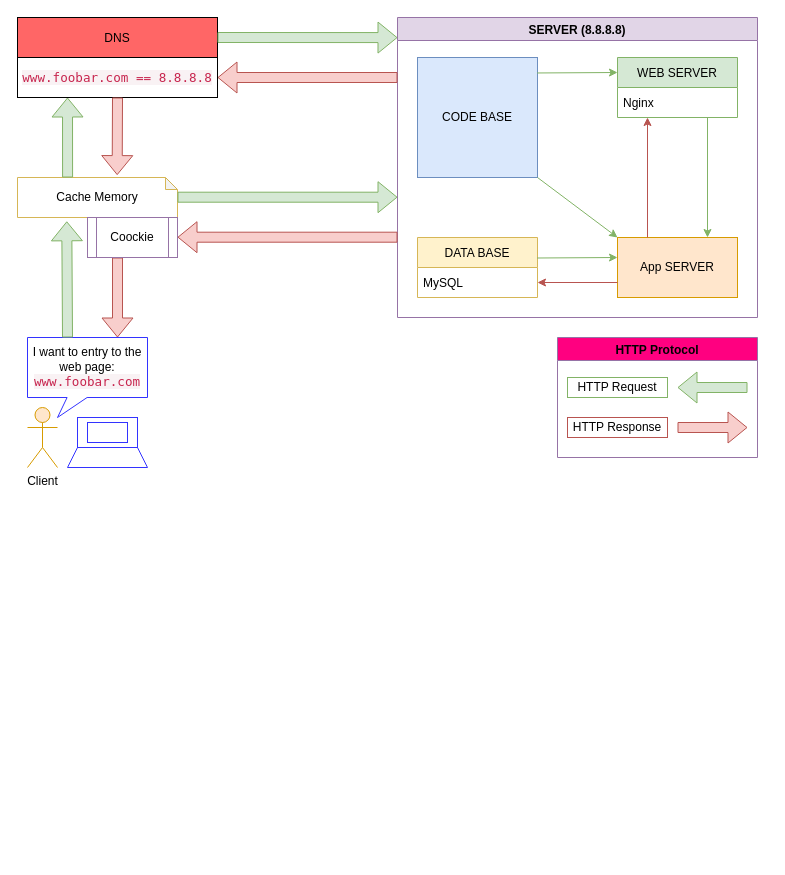
Before: page "Task 01" (2 of 3) of Untitled Diagram.drawio in humtej1204/Other-information, a draw.io diagram. Source tidied: cells renumbered, new cells numbered last; positions are measured from the earlier drawing's top-left corner, leaving out a move shared by most shapes. Both pictures are drawn from the tidied source at 100%, with x=0, y=0 at pixel (17, 17).
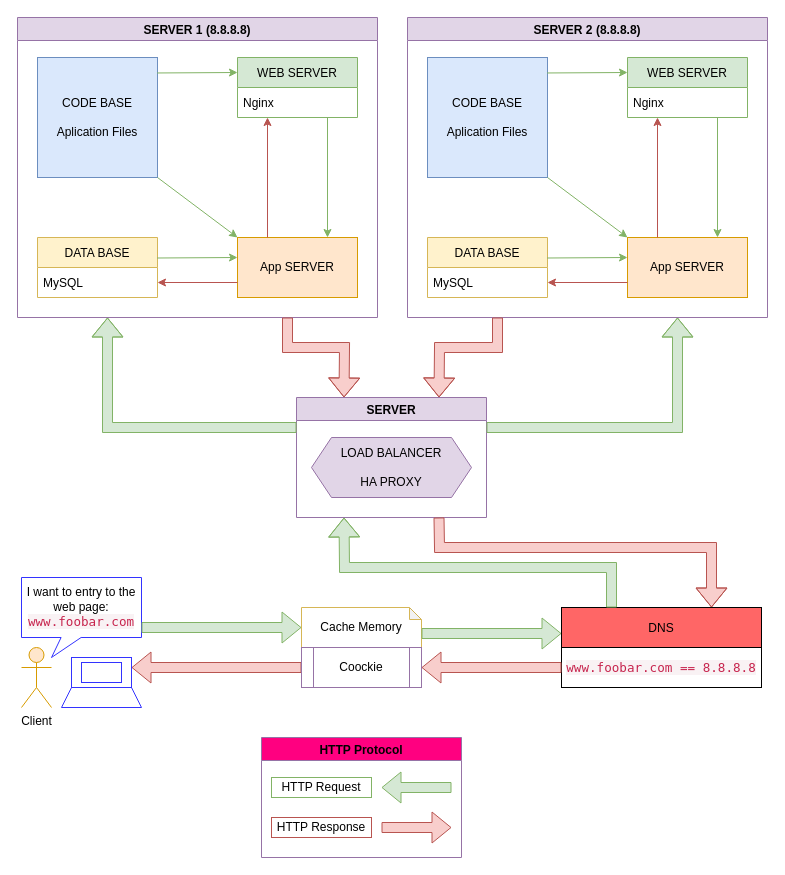
After the change.

Diff of the diagram source:
```diff
@@
     <mxCell id="2" value="&lt;p style=&quot;line-height: 1&quot;&gt;DNS&lt;/p&gt;" style="rounded=0;whiteSpace=wrap;html=1;fillColor=#FF6666;" parent="1" vertex="1">
-      <mxGeometry width="200" height="40" as="geometry" />
+      <mxGeometry x="544" y="590" width="200" height="40" as="geometry" />
     </mxCell>
-    <mxCell id="3" value="SERVER (8.8.8.8)" style="swimlane;swimlaneFillColor=default;fillColor=#e1d5e7;strokeColor=#9673a6;" parent="1" vertex="1">
-      <mxGeometry x="380" width="360" height="300" as="geometry" />
-    </mxCell>
-    <mxCell id="4" value="CODE BASE" style="whiteSpace=wrap;html=1;fillColor=#dae8fc;strokeColor=#6c8ebf;" parent="3" vertex="1">
-      <mxGeometry x="20" y="40" width="120" height="120" as="geometry" />
-    </mxCell>
-    <mxCell id="5" value="WEB SERVER" style="swimlane;fontStyle=0;horizontal=1;startSize=30;swimlaneFillColor=default;fillColor=#d5e8d4;strokeColor=#82b366;" parent="3" vertex="1">
-      <mxGeometry x="220" y="40" width="120" height="60" as="geometry" />
-    </mxCell>
-    <mxCell id="6" value="Nginx" style="text;strokeColor=none;fillColor=none;align=left;verticalAlign=middle;spacingLeft=4;spacingRight=4;overflow=hidden;points=[[0,0.5],[1,0.5]];portConstraint=eastwest;" parent="5" vertex="1">
-      <mxGeometry y="30" width="120" height="30" as="geometry" />
-    </mxCell>
-    <mxCell id="7" value="App SERVER" style="rounded=0;whiteSpace=wrap;html=1;fillColor=#ffe6cc;strokeColor=#d79b00;" parent="3" vertex="1">
-      <mxGeometry x="220" y="220" width="120" height="60" as="geometry" />
-    </mxCell>
-    <mxCell id="8" value="DATA BASE" style="swimlane;fontStyle=0;horizontal=1;startSize=30;swimlaneFillColor=default;fillColor=#fff2cc;strokeColor=#d6b656;" parent="3" vertex="1">
-      <mxGeometry x="20" y="220" width="120" height="60" as="geometry" />
-    </mxCell>
-    <mxCell id="9" value="MySQL" style="text;strokeColor=none;fillColor=none;align=left;verticalAlign=middle;spacingLeft=4;spacingRight=4;overflow=hidden;points=[[0,0.5],[1,0.5]];portConstraint=eastwest;" parent="8" vertex="1">
-      <mxGeometry y="30" width="120" height="30" as="geometry" />
-    </mxCell>
-    <mxCell id="10" style="endArrow=classic;html=1;rounded=0;fillColor=#d5e8d4;strokeColor=#82b366;entryX=0;entryY=0.25;entryDx=0;entryDy=0;exitX=0.997;exitY=0.129;exitDx=0;exitDy=0;exitPerimeter=0;" parent="3" edge="1" source="4" target="5">
-      <mxGeometry relative="1" as="geometry" />
-    </mxCell>
-    <mxCell id="11" style="endArrow=classic;html=1;rounded=0;fillColor=#d5e8d4;strokeColor=#82b366;entryX=0;entryY=0;entryDx=0;entryDy=0;exitX=1;exitY=1;exitDx=0;exitDy=0;" parent="3" edge="1" source="4" target="7">
-      <mxGeometry relative="1" as="geometry" />
-    </mxCell>
-    <mxCell id="12" style="endArrow=classic;html=1;rounded=0;fillColor=#d5e8d4;strokeColor=#82b366;entryX=0;entryY=0.25;entryDx=0;entryDy=0;exitX=0.997;exitY=0.129;exitDx=0;exitDy=0;exitPerimeter=0;" parent="3" edge="1">
-      <mxGeometry relative="1" as="geometry">
-        <mxPoint x="139.6" y="240.5" as="sourcePoint" />
-        <mxPoint x="220" y="240" as="targetPoint" />
-      </mxGeometry>
-    </mxCell>
-    <mxCell id="13" style="endArrow=classic;html=1;rounded=0;fillColor=#f8cecc;strokeColor=#b85450;entryX=1;entryY=0.5;entryDx=0;entryDy=0;exitX=0;exitY=0.75;exitDx=0;exitDy=0;" parent="3" edge="1" source="7" target="9">
-      <mxGeometry relative="1" as="geometry" />
-    </mxCell>
-    <mxCell id="14" style="endArrow=classic;html=1;rounded=0;fillColor=#d5e8d4;strokeColor=#82b366;entryX=0.75;entryY=0;entryDx=0;entryDy=0;exitX=0.75;exitY=1;exitDx=0;exitDy=0;exitPerimeter=0;" parent="3" edge="1" source="6" target="7">
-      <mxGeometry relative="1" as="geometry" />
-    </mxCell>
-    <mxCell id="15" style="endArrow=classic;html=1;rounded=0;fillColor=#f8cecc;strokeColor=#b85450;exitX=0.25;exitY=0;exitDx=0;exitDy=0;" parent="3" edge="1" source="7">
-      <mxGeometry relative="1" as="geometry">
-        <mxPoint x="250" y="100" as="targetPoint" />
-      </mxGeometry>
-    </mxCell>
+    <mxCell id="40" value="SERVER 2 (8.8.8.8)" style="swimlane;swimlaneFillColor=default;fillColor=#e1d5e7;strokeColor=#9673a6;" parent="1" vertex="1">
+      <mxGeometry x="390" width="360" height="300" as="geometry" />
+    </mxCell>
+    <mxCell id="41" value="CODE BASE&lt;br&gt;&lt;br&gt;Aplication Files" style="whiteSpace=wrap;html=1;fillColor=#dae8fc;strokeColor=#6c8ebf;" parent="40" vertex="1">
+      <mxGeometry x="20" y="40" width="120" height="120" as="geometry" />
+    </mxCell>
+    <mxCell id="42" value="WEB SERVER" style="swimlane;fontStyle=0;horizontal=1;startSize=30;swimlaneFillColor=default;fillColor=#d5e8d4;strokeColor=#82b366;" parent="40" vertex="1">
+      <mxGeometry x="220" y="40" width="120" height="60" as="geometry" />
+    </mxCell>
+    <mxCell id="43" value="Nginx" style="text;strokeColor=none;fillColor=none;align=left;verticalAlign=middle;spacingLeft=4;spacingRight=4;overflow=hidden;points=[[0,0.5],[1,0.5]];portConstraint=eastwest;" parent="42" vertex="1">
+      <mxGeometry y="30" width="120" height="30" as="geometry" />
+    </mxCell>
+    <mxCell id="44" value="App SERVER" style="rounded=0;whiteSpace=wrap;html=1;fillColor=#ffe6cc;strokeColor=#d79b00;" parent="40" vertex="1">
+      <mxGeometry x="220" y="220" width="120" height="60" as="geometry" />
+    </mxCell>
+    <mxCell id="45" value="DATA BASE" style="swimlane;fontStyle=0;horizontal=1;startSize=30;swimlaneFillColor=default;fillColor=#fff2cc;strokeColor=#d6b656;" parent="40" vertex="1">
+      <mxGeometry x="20" y="220" width="120" height="60" as="geometry" />
+    </mxCell>
+    <mxCell id="46" value="MySQL" style="text;strokeColor=none;fillColor=none;align=left;verticalAlign=middle;spacingLeft=4;spacingRight=4;overflow=hidden;points=[[0,0.5],[1,0.5]];portConstraint=eastwest;" parent="45" vertex="1">
+      <mxGeometry y="30" width="120" height="30" as="geometry" />
+    </mxCell>
+    <mxCell id="47" style="endArrow=classic;html=1;rounded=0;fillColor=#d5e8d4;strokeColor=#82b366;entryX=0;entryY=0.25;entryDx=0;entryDy=0;exitX=0.997;exitY=0.129;exitDx=0;exitDy=0;exitPerimeter=0;" parent="40" edge="1" source="41" target="42">
+      <mxGeometry relative="1" as="geometry" />
+    </mxCell>
+    <mxCell id="48" style="endArrow=classic;html=1;rounded=0;fillColor=#d5e8d4;strokeColor=#82b366;entryX=0;entryY=0;entryDx=0;entryDy=0;exitX=1;exitY=1;exitDx=0;exitDy=0;" parent="40" edge="1" source="41" target="44">
+      <mxGeometry relative="1" as="geometry" />
+    </mxCell>
+    <mxCell id="49" style="endArrow=classic;html=1;rounded=0;fillColor=#d5e8d4;strokeColor=#82b366;entryX=0;entryY=0.25;entryDx=0;entryDy=0;exitX=0.997;exitY=0.129;exitDx=0;exitDy=0;exitPerimeter=0;" parent="40" edge="1">
+      <mxGeometry relative="1" as="geometry">
+        <mxPoint x="139.6" y="240.5" as="sourcePoint" />
+        <mxPoint x="220" y="240" as="targetPoint" />
+      </mxGeometry>
+    </mxCell>
+    <mxCell id="50" style="endArrow=classic;html=1;rounded=0;fillColor=#f8cecc;strokeColor=#b85450;entryX=1;entryY=0.5;entryDx=0;entryDy=0;exitX=0;exitY=0.75;exitDx=0;exitDy=0;" parent="40" edge="1" source="44" target="46">
+      <mxGeometry relative="1" as="geometry" />
+    </mxCell>
+    <mxCell id="51" style="endArrow=classic;html=1;rounded=0;fillColor=#d5e8d4;strokeColor=#82b366;entryX=0.75;entryY=0;entryDx=0;entryDy=0;exitX=0.75;exitY=1;exitDx=0;exitDy=0;exitPerimeter=0;" parent="40" edge="1" source="43" target="44">
+      <mxGeometry relative="1" as="geometry" />
+    </mxCell>
+    <mxCell id="52" style="endArrow=classic;html=1;rounded=0;fillColor=#f8cecc;strokeColor=#b85450;exitX=0.25;exitY=0;exitDx=0;exitDy=0;" parent="40" edge="1" source="44">
+      <mxGeometry relative="1" as="geometry">
+        <mxPoint x="250" y="100" as="targetPoint" />
+      </mxGeometry>
+    </mxCell>
     <mxCell id="16" value="&lt;span style=&quot;color: rgb(199 , 37 , 78) ; font-family: &amp;#34;menlo&amp;#34; , &amp;#34;monaco&amp;#34; , &amp;#34;consolas&amp;#34; , &amp;#34;courier new&amp;#34; , monospace ; font-size: 12.6px ; background-color: rgb(249 , 242 , 244)&quot;&gt;www.foobar.com ==&amp;nbsp;&lt;/span&gt;&lt;span style=&quot;color: rgb(199 , 37 , 78) ; font-family: &amp;#34;menlo&amp;#34; , &amp;#34;monaco&amp;#34; , &amp;#34;consolas&amp;#34; , &amp;#34;courier new&amp;#34; , monospace ; font-size: 12.6px ; text-align: left ; background-color: rgb(249 , 242 , 244)&quot;&gt;8.8.8.8&lt;/span&gt;" style="rounded=0;whiteSpace=wrap;html=1;" parent="1" vertex="1">
-      <mxGeometry y="40" width="200" height="40" as="geometry" />
+      <mxGeometry x="544" y="630" width="200" height="40" as="geometry" />
     </mxCell>
     <mxCell id="17" value="Cache Memory" style="shape=note;whiteSpace=wrap;html=1;backgroundOutline=1;darkOpacity=0.05;strokeColor=#d6b656;fillColor=default;size=12;" parent="1" vertex="1">
-      <mxGeometry y="160" width="160" height="40" as="geometry" />
+      <mxGeometry x="284" y="590" width="120" height="40" as="geometry" />
     </mxCell>
-    <mxCell id="18" style="shape=flexArrow;endArrow=classic;html=1;rounded=0;fillColor=#f8cecc;strokeColor=#b85450;entryX=1;entryY=0.5;entryDx=0;entryDy=0;" parent="1" edge="1" target="16">
-      <mxGeometry relative="1" as="geometry">
-        <mxPoint x="380" y="60" as="sourcePoint" />
-      </mxGeometry>
-    </mxCell>
-    <mxCell id="19" style="shape=flexArrow;endArrow=classic;html=1;rounded=0;fillColor=#d5e8d4;strokeColor=#82b366;entryX=0;entryY=0.067;entryDx=0;entryDy=0;entryPerimeter=0;exitX=1;exitY=0.5;exitDx=0;exitDy=0;" parent="1" edge="1" source="2" target="3">
-      <mxGeometry relative="1" as="geometry" />
-    </mxCell>
-    <mxCell id="20" style="group;" parent="1" vertex="1">
-      <mxGeometry x="10" y="320" width="120" height="130" as="geometry" />
-    </mxCell>
+    <mxCell id="53" style="group;" parent="1" vertex="1">
+      <mxGeometry x="4" y="560" width="120" height="130" as="geometry" />
+    </mxCell>
-    <mxCell id="21" value="Client" style="shape=umlActor;verticalLabelPosition=bottom;verticalAlign=top;html=1;fillColor=#ffe6cc;strokeColor=#d79b00;" parent="20" vertex="1">
+    <mxCell id="21" value="Client" style="shape=umlActor;verticalLabelPosition=bottom;verticalAlign=top;html=1;fillColor=#ffe6cc;strokeColor=#d79b00;" parent="53" vertex="1">
       <mxGeometry y="70" width="30" height="60" as="geometry" />
     </mxCell>
-    <mxCell id="22" value="I want to entry to the web page:&lt;br&gt;&lt;span style=&quot;color: rgb(199 , 37 , 78) ; font-family: &amp;#34;menlo&amp;#34; , &amp;#34;monaco&amp;#34; , &amp;#34;consolas&amp;#34; , &amp;#34;courier new&amp;#34; , monospace ; font-size: 12.6px ; background-color: rgb(249 , 242 , 244)&quot;&gt;www.foobar.com&lt;/span&gt;" style="shape=callout;whiteSpace=wrap;html=1;perimeter=calloutPerimeter;position2=0.25;size=20;position=0.33;strokeColor=#3333FF;" parent="20" vertex="1">
+    <mxCell id="22" value="I want to entry to the web page:&lt;br&gt;&lt;span style=&quot;color: rgb(199 , 37 , 78) ; font-family: &amp;#34;menlo&amp;#34; , &amp;#34;monaco&amp;#34; , &amp;#34;consolas&amp;#34; , &amp;#34;courier new&amp;#34; , monospace ; font-size: 12.6px ; background-color: rgb(249 , 242 , 244)&quot;&gt;www.foobar.com&lt;/span&gt;" style="shape=callout;whiteSpace=wrap;html=1;perimeter=calloutPerimeter;position2=0.25;size=20;position=0.33;strokeColor=#3333FF;" parent="53" vertex="1">
       <mxGeometry width="120" height="80" as="geometry" />
     </mxCell>
-    <mxCell id="23" style="group;" parent="20" vertex="1">
+    <mxCell id="23" style="group;" parent="53" vertex="1">
       <mxGeometry x="40" y="80" width="80" height="50" as="geometry" />
     </mxCell>
@@
-    <mxCell id="28" style="shape=flexArrow;endArrow=classic;html=1;rounded=0;fillColor=#d5e8d4;strokeColor=#82b366;entryX=0.25;entryY=1;entryDx=0;entryDy=0;exitX=0.313;exitY=0;exitDx=0;exitDy=0;exitPerimeter=0;" parent="1" edge="1" source="17" target="16">
-      <mxGeometry relative="1" as="geometry" />
-    </mxCell>
-    <mxCell id="29" style="shape=flexArrow;endArrow=classic;html=1;rounded=0;fillColor=#f8cecc;strokeColor=#b85450;exitX=0.5;exitY=1;exitDx=0;exitDy=0;entryX=0.623;entryY=-0.06;entryDx=0;entryDy=0;entryPerimeter=0;" parent="1" edge="1" source="16" target="17">
-      <mxGeometry relative="1" as="geometry" />
-    </mxCell>
+    <mxCell id="54" style="shape=flexArrow;endArrow=classic;html=1;rounded=0;fillColor=#d5e8d4;strokeColor=#82b366;exitX=0;exitY=0;exitDx=120;exitDy=26;exitPerimeter=0;" parent="1" edge="1" source="17">
+      <mxGeometry relative="1" as="geometry">
+        <mxPoint x="544" y="616" as="targetPoint" />
+      </mxGeometry>
+    </mxCell>
+    <mxCell id="55" style="shape=flexArrow;endArrow=classic;html=1;rounded=0;fillColor=#f8cecc;strokeColor=#b85450;entryX=1;entryY=0.5;entryDx=0;entryDy=0;" parent="1" edge="1" target="39">
+      <mxGeometry relative="1" as="geometry">
+        <mxPoint x="544" y="650" as="sourcePoint" />
+      </mxGeometry>
+    </mxCell>
     <mxCell id="30" value="HTTP Protocol" style="swimlane;strokeColor=#9673a6;fillColor=#FF0080;swimlaneFillColor=default;" parent="1" vertex="1">
-      <mxGeometry x="540" y="320" width="200" height="120" as="geometry" />
+      <mxGeometry x="244" y="720" width="200" height="120" as="geometry" />
     </mxCell>
-    <mxCell id="31" style="shape=flexArrow;endArrow=classic;html=1;rounded=0;fillColor=#d5e8d4;strokeColor=#82b366;" parent="30" edge="1">
-      <mxGeometry relative="1" as="geometry">
-        <mxPoint x="190" y="50" as="sourcePoint" />
-        <mxPoint x="120" y="50" as="targetPoint" />
-      </mxGeometry>
-    </mxCell>
-    <mxCell id="32" style="shape=flexArrow;endArrow=classic;html=1;rounded=0;fillColor=#f8cecc;strokeColor=#b85450;" parent="30" edge="1">
-      <mxGeometry relative="1" as="geometry">
-        <mxPoint x="120" y="90" as="sourcePoint" />
-        <mxPoint x="190" y="90" as="targetPoint" />
-      </mxGeometry>
-    </mxCell>
+    <mxCell id="56" style="shape=flexArrow;endArrow=classic;html=1;rounded=0;fillColor=#d5e8d4;strokeColor=#82b366;" parent="30" edge="1">
+      <mxGeometry relative="1" as="geometry">
+        <mxPoint x="190" y="50" as="sourcePoint" />
+        <mxPoint x="120" y="50" as="targetPoint" />
+      </mxGeometry>
+    </mxCell>
+    <mxCell id="57" style="shape=flexArrow;endArrow=classic;html=1;rounded=0;fillColor=#f8cecc;strokeColor=#b85450;" parent="30" edge="1">
+      <mxGeometry relative="1" as="geometry">
+        <mxPoint x="120" y="90" as="sourcePoint" />
+        <mxPoint x="190" y="90" as="targetPoint" />
+      </mxGeometry>
+    </mxCell>
@@
-    <mxCell id="35" style="shape=flexArrow;endArrow=classic;html=1;rounded=0;fillColor=#d5e8d4;strokeColor=#82b366;entryX=0.308;entryY=1.095;entryDx=0;entryDy=0;entryPerimeter=0;" parent="1" edge="1" target="17">
-      <mxGeometry relative="1" as="geometry">
-        <mxPoint x="50" y="320" as="sourcePoint" />
-      </mxGeometry>
-    </mxCell>
-    <mxCell id="36" style="shape=flexArrow;endArrow=classic;html=1;rounded=0;fillColor=#f8cecc;strokeColor=#b85450;exitX=0.5;exitY=1;exitDx=0;exitDy=0;" parent="1" edge="1">
-      <mxGeometry relative="1" as="geometry">
-        <mxPoint x="100" y="240" as="sourcePoint" />
-        <mxPoint x="100" y="320" as="targetPoint" />
-      </mxGeometry>
-    </mxCell>
-    <mxCell id="37" style="shape=flexArrow;endArrow=classic;html=1;rounded=0;fillColor=#f8cecc;strokeColor=#b85450;entryX=1;entryY=0.5;entryDx=0;entryDy=0;" parent="1" edge="1">
-      <mxGeometry relative="1" as="geometry">
-        <mxPoint x="380" y="219.7" as="sourcePoint" />
-        <mxPoint x="160" y="219.7" as="targetPoint" />
-      </mxGeometry>
-    </mxCell>
-    <mxCell id="38" style="shape=flexArrow;endArrow=classic;html=1;rounded=0;fillColor=#d5e8d4;strokeColor=#82b366;exitX=1;exitY=0.5;exitDx=0;exitDy=0;" parent="1" edge="1">
-      <mxGeometry relative="1" as="geometry">
-        <mxPoint x="160" y="179.7" as="sourcePoint" />
-        <mxPoint x="380" y="179.7" as="targetPoint" />
-      </mxGeometry>
-    </mxCell>
+    <mxCell id="58" style="shape=flexArrow;endArrow=classic;html=1;rounded=0;fillColor=#d5e8d4;strokeColor=#82b366;entryX=0;entryY=0.5;entryDx=0;entryDy=0;entryPerimeter=0;" parent="1" edge="1" target="17">
+      <mxGeometry relative="1" as="geometry">
+        <mxPoint x="124" y="610" as="sourcePoint" />
+      </mxGeometry>
+    </mxCell>
+    <mxCell id="59" style="shape=flexArrow;endArrow=classic;html=1;rounded=0;fillColor=#f8cecc;strokeColor=#b85450;exitX=0;exitY=0.5;exitDx=0;exitDy=0;" parent="1" edge="1" source="39">
+      <mxGeometry relative="1" as="geometry">
+        <mxPoint x="114" y="650" as="targetPoint" />
+      </mxGeometry>
+    </mxCell>
     <mxCell id="39" value="Coockie" style="shape=process;whiteSpace=wrap;html=1;backgroundOutline=1;strokeColor=#9673a6;fillColor=default;" parent="1" vertex="1">
-      <mxGeometry x="70" y="200" width="90" height="40" as="geometry" />
+      <mxGeometry x="284" y="630" width="120" height="40" as="geometry" />
     </mxCell>
+    <mxCell id="60" value="SERVER 1 (8.8.8.8)" style="swimlane;swimlaneFillColor=default;fillColor=#e1d5e7;strokeColor=#9673a6;" parent="1" vertex="1">
+      <mxGeometry width="360" height="300" as="geometry" />
+    </mxCell>
+    <mxCell id="61" value="CODE BASE&lt;br&gt;&lt;br&gt;Aplication Files" style="whiteSpace=wrap;html=1;fillColor=#dae8fc;strokeColor=#6c8ebf;" parent="60" vertex="1">
+      <mxGeometry x="20" y="40" width="120" height="120" as="geometry" />
+    </mxCell>
+    <mxCell id="62" value="WEB SERVER" style="swimlane;fontStyle=0;horizontal=1;startSize=30;swimlaneFillColor=default;fillColor=#d5e8d4;strokeColor=#82b366;" parent="60" vertex="1">
+      <mxGeometry x="220" y="40" width="120" height="60" as="geometry" />
+    </mxCell>
+    <mxCell id="63" value="Nginx" style="text;strokeColor=none;fillColor=none;align=left;verticalAlign=middle;spacingLeft=4;spacingRight=4;overflow=hidden;points=[[0,0.5],[1,0.5]];portConstraint=eastwest;" parent="62" vertex="1">
+      <mxGeometry y="30" width="120" height="30" as="geometry" />
+    </mxCell>
+    <mxCell id="64" value="App SERVER" style="rounded=0;whiteSpace=wrap;html=1;fillColor=#ffe6cc;strokeColor=#d79b00;" parent="60" vertex="1">
+      <mxGeometry x="220" y="220" width="120" height="60" as="geometry" />
+    </mxCell>
+    <mxCell id="65" value="DATA BASE" style="swimlane;fontStyle=0;horizontal=1;startSize=30;swimlaneFillColor=default;fillColor=#fff2cc;strokeColor=#d6b656;" parent="60" vertex="1">
+      <mxGeometry x="20" y="220" width="120" height="60" as="geometry" />
+    </mxCell>
+    <mxCell id="66" value="MySQL" style="text;strokeColor=none;fillColor=none;align=left;verticalAlign=middle;spacingLeft=4;spacingRight=4;overflow=hidden;points=[[0,0.5],[1,0.5]];portConstraint=eastwest;" parent="65" vertex="1">
+      <mxGeometry y="30" width="120" height="30" as="geometry" />
+    </mxCell>
+    <mxCell id="67" style="endArrow=classic;html=1;rounded=0;fillColor=#d5e8d4;strokeColor=#82b366;entryX=0;entryY=0.25;entryDx=0;entryDy=0;exitX=0.997;exitY=0.129;exitDx=0;exitDy=0;exitPerimeter=0;" parent="60" edge="1" source="61" target="62">
+      <mxGeometry relative="1" as="geometry" />
+    </mxCell>
+    <mxCell id="68" style="endArrow=classic;html=1;rounded=0;fillColor=#d5e8d4;strokeColor=#82b366;entryX=0;entryY=0;entryDx=0;entryDy=0;exitX=1;exitY=1;exitDx=0;exitDy=0;" parent="60" edge="1" source="61" target="64">
+      <mxGeometry relative="1" as="geometry" />
+    </mxCell>
+    <mxCell id="69" style="endArrow=classic;html=1;rounded=0;fillColor=#d5e8d4;strokeColor=#82b366;entryX=0;entryY=0.25;entryDx=0;entryDy=0;exitX=0.997;exitY=0.129;exitDx=0;exitDy=0;exitPerimeter=0;" parent="60" edge="1">
+      <mxGeometry relative="1" as="geometry">
+        <mxPoint x="139.6" y="240.5" as="sourcePoint" />
+        <mxPoint x="220" y="240" as="targetPoint" />
+      </mxGeometry>
+    </mxCell>
+    <mxCell id="70" style="endArrow=classic;html=1;rounded=0;fillColor=#f8cecc;strokeColor=#b85450;entryX=1;entryY=0.5;entryDx=0;entryDy=0;exitX=0;exitY=0.75;exitDx=0;exitDy=0;" parent="60" edge="1" source="64" target="66">
+      <mxGeometry relative="1" as="geometry" />
+    </mxCell>
+    <mxCell id="71" style="endArrow=classic;html=1;rounded=0;fillColor=#d5e8d4;strokeColor=#82b366;entryX=0.75;entryY=0;entryDx=0;entryDy=0;exitX=0.75;exitY=1;exitDx=0;exitDy=0;exitPerimeter=0;" parent="60" edge="1" source="63" target="64">
+      <mxGeometry relative="1" as="geometry" />
+    </mxCell>
+    <mxCell id="72" style="endArrow=classic;html=1;rounded=0;fillColor=#f8cecc;strokeColor=#b85450;exitX=0.25;exitY=0;exitDx=0;exitDy=0;" parent="60" edge="1" source="64">
+      <mxGeometry relative="1" as="geometry">
+        <mxPoint x="250" y="100" as="targetPoint" />
+      </mxGeometry>
+    </mxCell>
+    <mxCell id="73" value="SERVER" style="swimlane;fillColor=#e1d5e7;strokeColor=#9673a6;swimlaneFillColor=default;" parent="1" vertex="1">
+      <mxGeometry x="279" y="380" width="190" height="120" as="geometry" />
+    </mxCell>
+    <mxCell id="74" value="LOAD BALANCER&lt;br&gt;&lt;br&gt;HA PROXY" style="shape=hexagon;perimeter=hexagonPerimeter2;whiteSpace=wrap;html=1;fixedSize=1;fillColor=#e1d5e7;strokeColor=#9673a6;" parent="73" vertex="1">
+      <mxGeometry x="15" y="40" width="160" height="60" as="geometry" />
+    </mxCell>
+    <mxCell id="75" style="shape=flexArrow;endArrow=classic;html=1;rounded=0;fillColor=#d5e8d4;strokeColor=#82b366;entryX=0.25;entryY=1;entryDx=0;entryDy=0;exitX=0.25;exitY=0;exitDx=0;exitDy=0;" parent="1" edge="1" source="2" target="73">
+      <mxGeometry relative="1" as="geometry">
+        <Array as="points">
+          <mxPoint x="594" y="550" />
+          <mxPoint x="327" y="550" />
+        </Array>
+      </mxGeometry>
+    </mxCell>
+    <mxCell id="76" style="shape=flexArrow;endArrow=classic;html=1;rounded=0;fillColor=#f8cecc;strokeColor=#b85450;exitX=0.75;exitY=1;exitDx=0;exitDy=0;entryX=0.75;entryY=0;entryDx=0;entryDy=0;" parent="1" edge="1" source="73" target="2">
+      <mxGeometry relative="1" as="geometry">
+        <Array as="points">
+          <mxPoint x="422" y="530" />
+          <mxPoint x="694" y="530" />
+        </Array>
+      </mxGeometry>
+    </mxCell>
+    <mxCell id="77" style="shape=flexArrow;endArrow=classic;html=1;rounded=0;fillColor=#d5e8d4;strokeColor=#82b366;entryX=0.75;entryY=1;entryDx=0;entryDy=0;exitX=1;exitY=0.25;exitDx=0;exitDy=0;" parent="1" edge="1" source="73" target="40">
+      <mxGeometry relative="1" as="geometry">
+        <Array as="points">
+          <mxPoint x="660" y="410" />
+        </Array>
+      </mxGeometry>
+    </mxCell>
+    <mxCell id="78" style="shape=flexArrow;endArrow=classic;html=1;rounded=0;fillColor=#d5e8d4;strokeColor=#82b366;entryX=0.25;entryY=1;entryDx=0;entryDy=0;exitX=0;exitY=0.25;exitDx=0;exitDy=0;" parent="1" edge="1" source="73" target="60">
+      <mxGeometry relative="1" as="geometry">
+        <Array as="points">
+          <mxPoint x="90" y="410" />
+        </Array>
+      </mxGeometry>
+    </mxCell>
+    <mxCell id="79" style="shape=flexArrow;endArrow=classic;html=1;rounded=0;fillColor=#f8cecc;strokeColor=#b85450;exitX=0.75;exitY=1;exitDx=0;exitDy=0;entryX=0.25;entryY=0;entryDx=0;entryDy=0;" parent="1" edge="1" source="60" target="73">
+      <mxGeometry relative="1" as="geometry">
+        <Array as="points">
+          <mxPoint x="270" y="330" />
+          <mxPoint x="327" y="330" />
+        </Array>
+      </mxGeometry>
+    </mxCell>
+    <mxCell id="80" style="shape=flexArrow;endArrow=classic;html=1;rounded=0;fillColor=#f8cecc;strokeColor=#b85450;exitX=0.25;exitY=1;exitDx=0;exitDy=0;entryX=0.75;entryY=0;entryDx=0;entryDy=0;" parent="1" edge="1" source="40" target="73">
+      <mxGeometry relative="1" as="geometry">
+        <Array as="points">
+          <mxPoint x="480" y="330" />
+          <mxPoint x="422" y="330" />
+        </Array>
+      </mxGeometry>
+    </mxCell>
```
